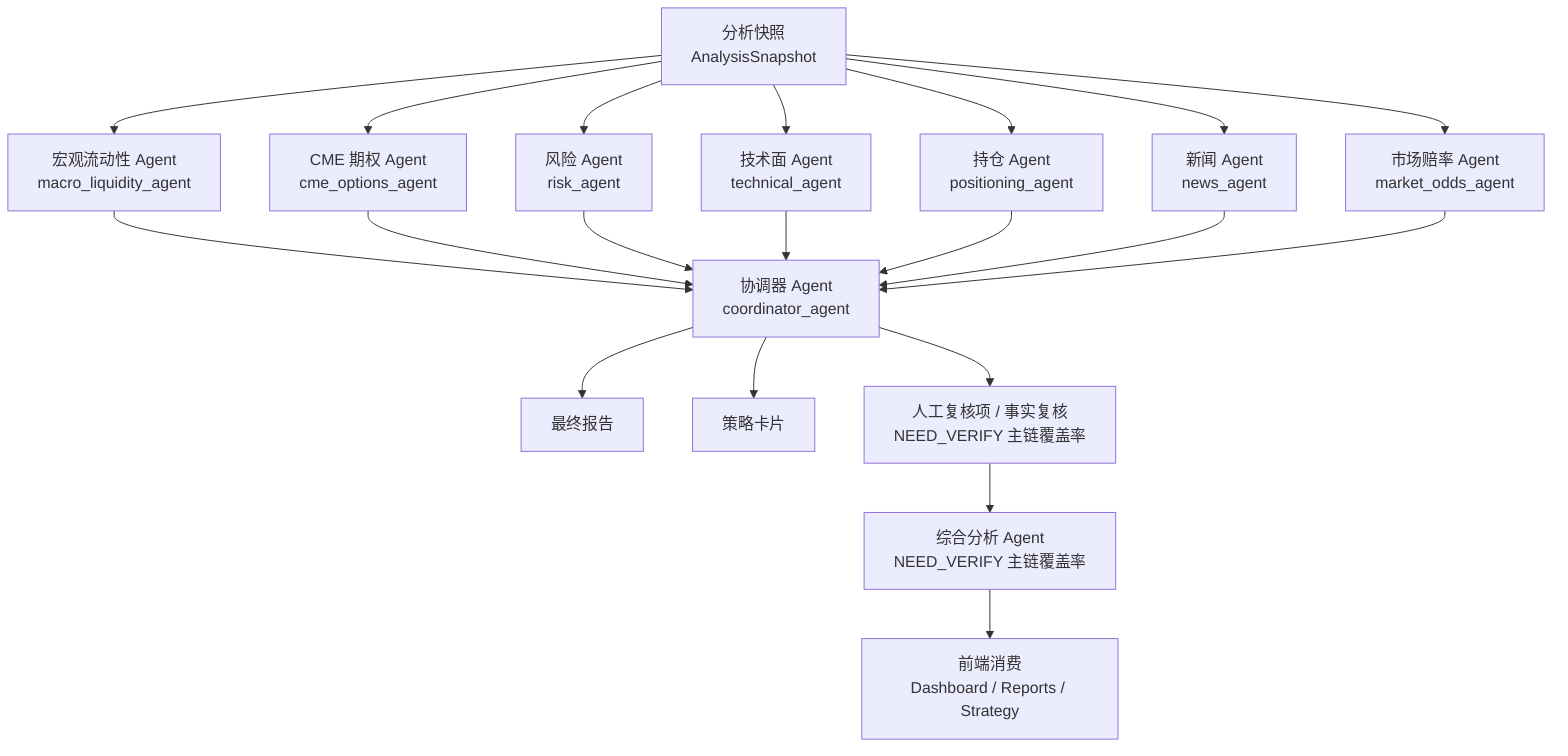
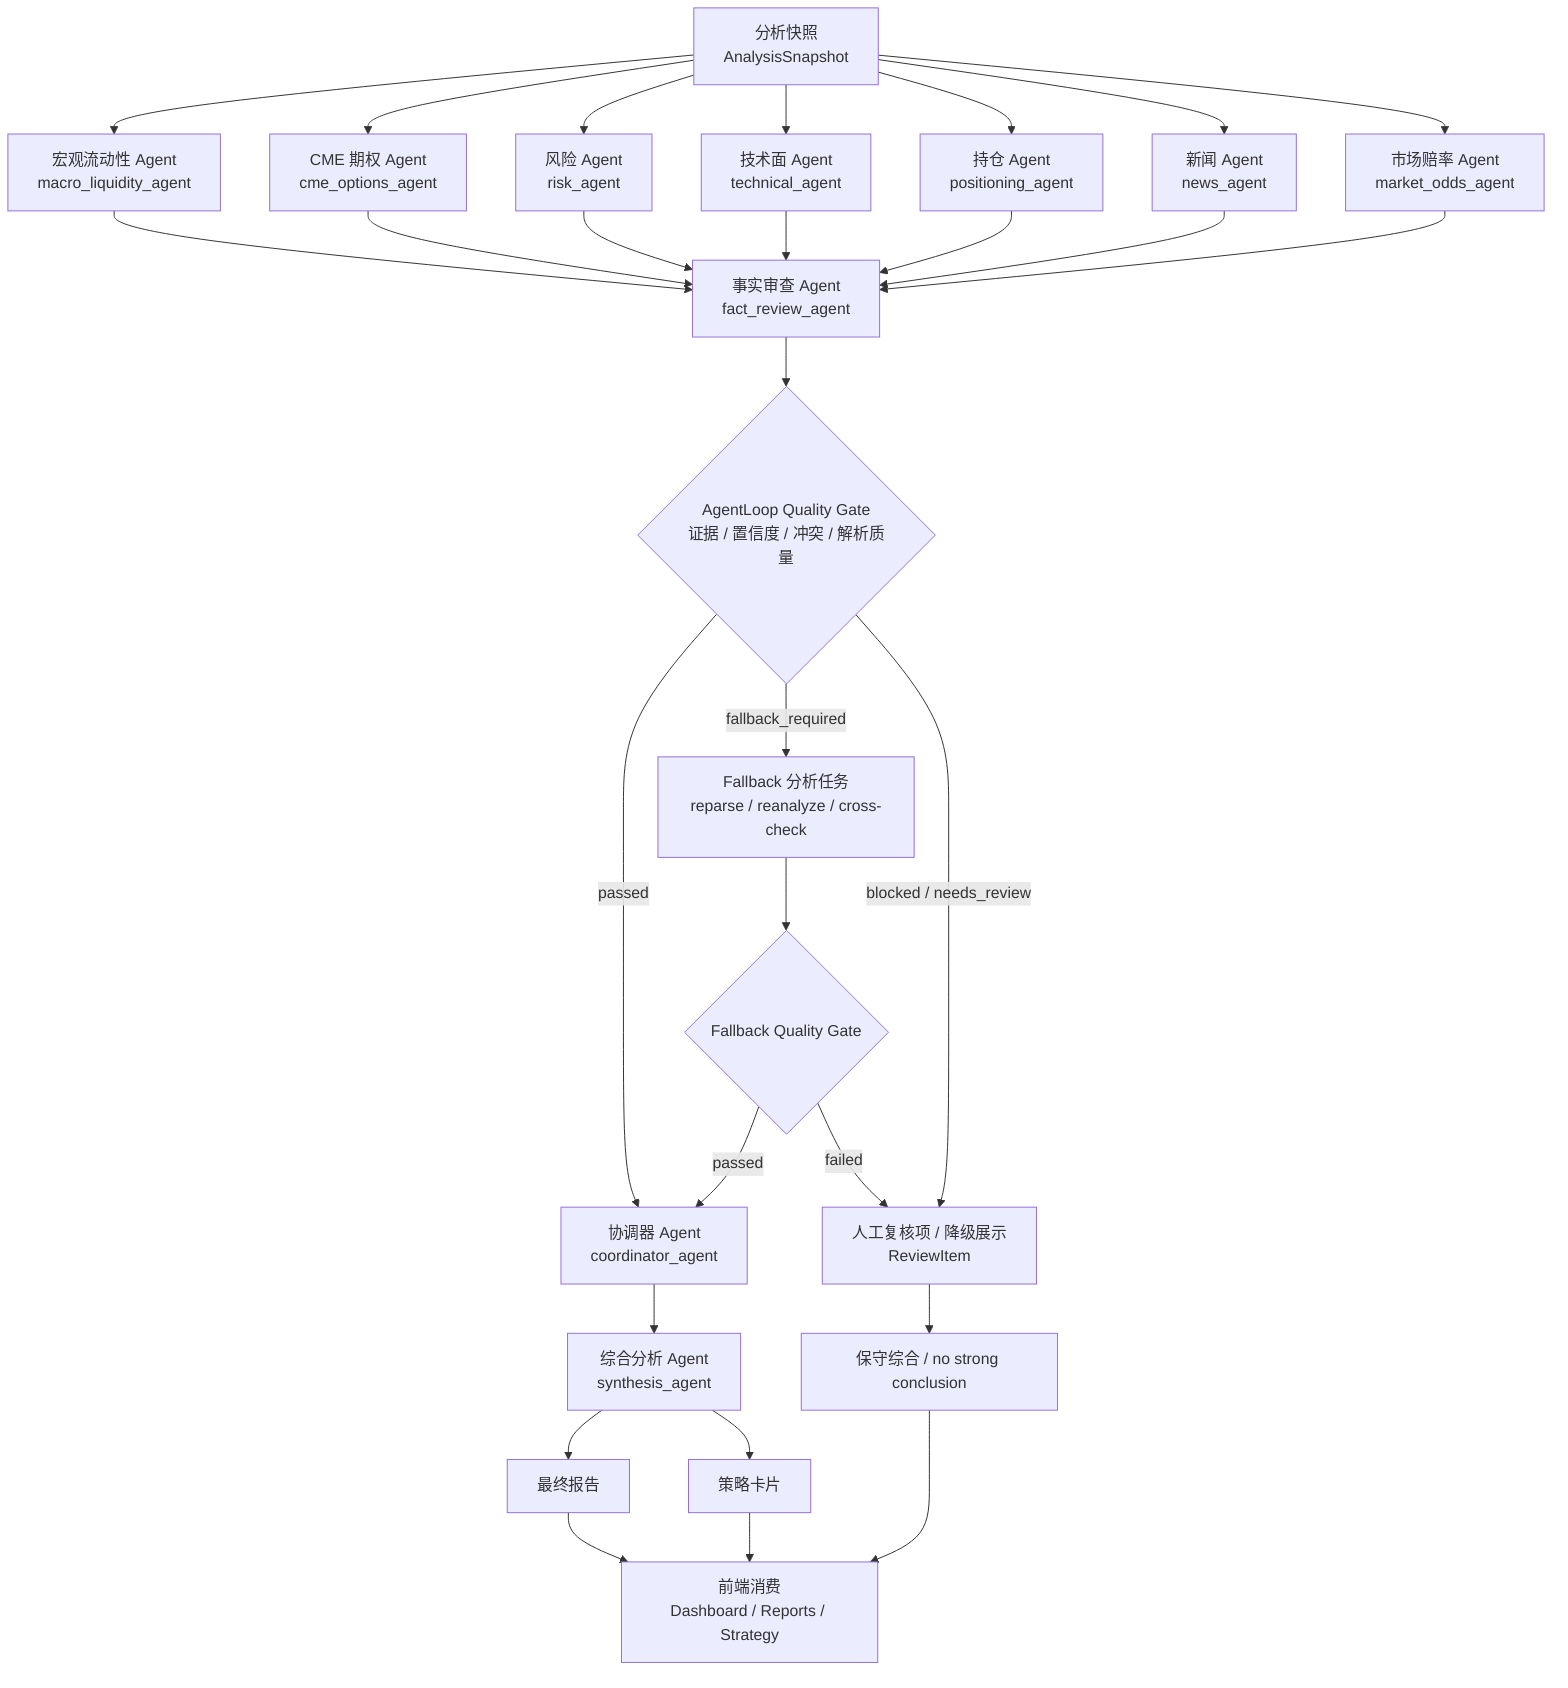
flowchart TD
  Snapshot["分析快照<br/>AnalysisSnapshot"] --> Macro["宏观流动性 Agent<br/>macro_liquidity_agent"]
  Snapshot --> Options["CME 期权 Agent<br/>cme_options_agent"]
  Snapshot --> Risk["风险 Agent<br/>risk_agent"]
  Snapshot --> Technical["技术面 Agent<br/>technical_agent"]
  Snapshot --> Positioning["持仓 Agent<br/>positioning_agent"]
  Snapshot --> News["新闻 Agent<br/>news_agent"]
  Snapshot --> Odds["市场赔率 Agent<br/>market_odds_agent"]

-   Macro --> Coordinator["协调器 Agent<br/>coordinator_agent"]
-   Options --> Coordinator
-   Risk --> Coordinator
-   Technical --> Coordinator
-   Positioning --> Coordinator
-   News --> Coordinator
-   Odds --> Coordinator
+   Macro --> FactReview["事实审查 Agent<br/>fact_review_agent"]
+   Options --> FactReview
+   Risk --> FactReview
+   Technical --> FactReview
+   Positioning --> FactReview
+   News --> FactReview
+   Odds --> FactReview

-   Coordinator --> FinalReport["最终报告"]
-   Coordinator --> StrategyCard["策略卡片"]
-   Coordinator --> Review["人工复核项 / 事实复核<br/>NEED_VERIFY 主链覆盖率"]
-   Review --> Synthesis["综合分析 Agent<br/>NEED_VERIFY 主链覆盖率"]
-   Synthesis --> Dashboard["前端消费<br/>Dashboard / Reports / Strategy"]
+   FactReview --> QualityGate{"AgentLoop Quality Gate<br/>证据 / 置信度 / 冲突 / 解析质量"}
+ 
+   QualityGate -->|passed| Coordinator["协调器 Agent<br/>coordinator_agent"]
+   QualityGate -->|fallback_required| Fallback["Fallback 分析任务<br/>reparse / reanalyze / cross-check"]
+   QualityGate -->|blocked / needs_review| Review["人工复核项 / 降级展示<br/>ReviewItem"]
+ 
+   Fallback --> FallbackGate{"Fallback Quality Gate"}
+   FallbackGate -->|passed| Coordinator
+   FallbackGate -->|failed| Review
+ 
+   Coordinator --> Synthesis["综合分析 Agent<br/>synthesis_agent"]
+   Synthesis --> FinalReport["最终报告"]
+   Synthesis --> StrategyCard["策略卡片"]
+   Review --> Conservative["保守综合 / no strong conclusion"]
+   Conservative --> Dashboard["前端消费<br/>Dashboard / Reports / Strategy"]
+   FinalReport --> Dashboard
+   StrategyCard --> Dashboard
